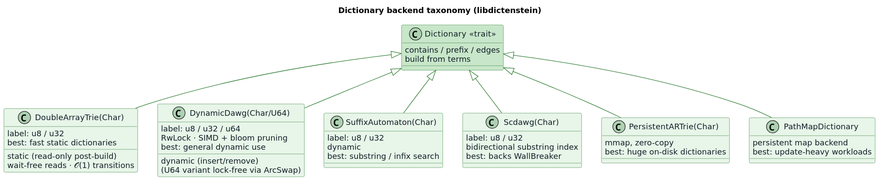
vinary-tree/liblevenshtein-rust keeps this PlantUML diagram as docs/diagrams/dictionary-structures/backend-taxonomy.svg. Above is the earlier version. Its source is kept beside it as docs/diagrams/dictionary-structures/backend-taxonomy.puml.
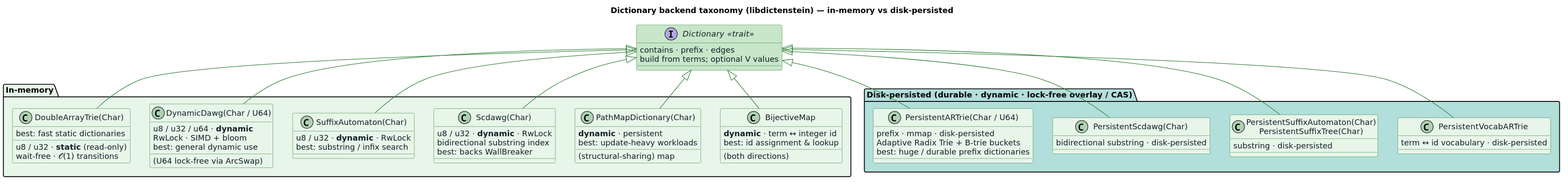
After the commit.

What changed in the source:
```diff
@@ -10,49 +10,71 @@
 }
 skinparam ArrowColor #2E7D32
 
-title Dictionary backend taxonomy (libdictenstein)
+title Dictionary backend taxonomy (libdictenstein) — in-memory vs disk-persisted
 
-class "Dictionary  «trait»" as T #C8E6C9 {
-  contains / prefix / edges
-  build from terms
+interface "Dictionary  «trait»" as T #C8E6C9 {
+  contains · prefix · edges
+  build from terms; optional V values
 }
 
-class "DoubleArrayTrie(Char)" as DAT {
-  label: u8 / u32
-  static (read-only post-build)
-  wait-free reads · 𝒪(1) transitions
-  best: fast static dictionaries
+package "In-memory" #E8F5E9 {
+  class "DoubleArrayTrie(Char)" as DAT {
+    u8 / u32 · **static** (read-only)
+    wait-free · 𝒪(1) transitions
+    best: fast static dictionaries
+  }
+  class "DynamicDawg(Char / U64)" as DD {
+    u8 / u32 / u64 · **dynamic**
+    RwLock · SIMD + bloom
+    (U64 lock-free via ArcSwap)
+    best: general dynamic use
+  }
+  class "SuffixAutomaton(Char)" as SA {
+    u8 / u32 · **dynamic** · RwLock
+    best: substring / infix search
+  }
+  class "Scdawg(Char)" as SC {
+    u8 / u32 · **dynamic** · RwLock
+    bidirectional substring index
+    best: backs WallBreaker
+  }
+  class "PathMapDictionary(Char)" as PM {
+    **dynamic** · persistent
+    (structural-sharing) map
+    best: update-heavy workloads
+  }
+  class "BijectiveMap" as BIJ {
+    **dynamic** · term ↔ integer id
+    (both directions)
+    best: id assignment & lookup
+  }
 }
-class "DynamicDawg(Char/U64)" as DD {
-  label: u8 / u32 / u64
-  dynamic (insert/remove)
-  RwLock · SIMD + bloom pruning
-  (U64 variant lock-free via ArcSwap)
-  best: general dynamic use
-}
-class "SuffixAutomaton(Char)" as SA {
-  label: u8 / u32
-  dynamic
-  best: substring / infix search
-}
-class "Scdawg(Char)" as SC {
-  label: u8 / u32
-  bidirectional substring index
-  best: backs WallBreaker
-}
-class "PersistentARTrie(Char)" as ART {
-  mmap, zero-copy
-  best: huge on-disk dictionaries
-}
-class "PathMapDictionary" as PM {
-  persistent map backend
-  best: update-heavy workloads
+
+package "Disk-persisted  (durable · dynamic · lock-free overlay / CAS)" #B2DFDB {
+  class "PersistentARTrie(Char / U64)" as PART {
+    prefix · mmap · disk-persisted
+    Adaptive Radix Trie + B-trie buckets
+    best: huge / durable prefix dictionaries
+  }
+  class "PersistentScdawg(Char)" as PSC {
+    bidirectional substring · disk-persisted
+  }
+  class "PersistentSuffixAutomaton(Char)\nPersistentSuffixTree(Char)" as PSA {
+    substring · disk-persisted
+  }
+  class "PersistentVocabARTrie" as PV {
+    term ↔ id vocabulary · disk-persisted
+  }
 }
 
 T <|-- DAT
 T <|-- DD
 T <|-- SA
 T <|-- SC
-T <|-- ART
 T <|-- PM
+T <|-- BIJ
+T <|-- PART
+T <|-- PSC
+T <|-- PSA
+T <|-- PV
 @enduml
```
